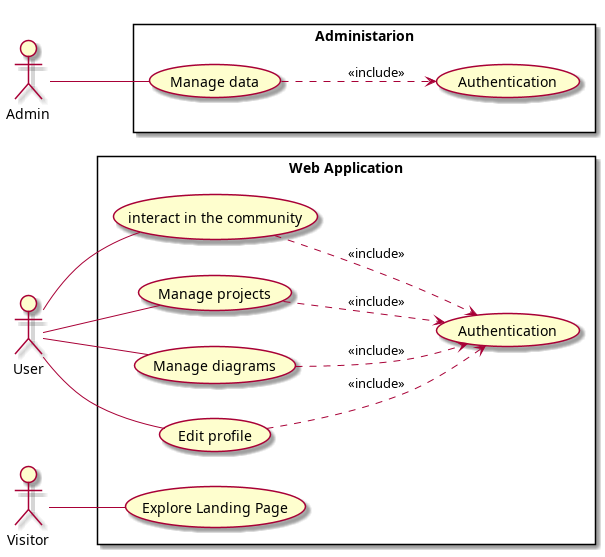
This is conception/global_use_case_diagram.png from souhaib-askri/report_pfe, a PlantUML export, as it was before one commit. Its source is kept beside it as conception/global_use_case_diagram.puml. The source it was exported from:
```plantuml
@startuml

left to right direction

actor "User" as User
actor "Admin" as Admin
actor "Visitor" as Visitor

rectangle "Web Application" {
    usecase "Explore Landing Page" as ExploreLandingPage
    usecase "Authentication" as user_auth

    usecase "interact in the community" as InteractWithCommunity
    usecase "Manage projects" as ManageProjects
    usecase "Manage diagrams" as ManageDiagrams
    usecase "Edit profile" as EditProfile



}

rectangle "Administarion" {
    usecase "Authentication" as admin_auth

    usecase "Manage data" as ManageData
}

Visitor -- ExploreLandingPage
User -- InteractWithCommunity
User -- ManageProjects
User -- ManageDiagrams
User -- EditProfile


Admin -- ManageData
InteractWithCommunity ..> user_auth : <<include>>
ManageProjects ..> user_auth : <<include>>
ManageDiagrams ..> user_auth : <<include>>
EditProfile ..> user_auth : <<include>>
ManageData ..> admin_auth : <<include>>






@enduml
```
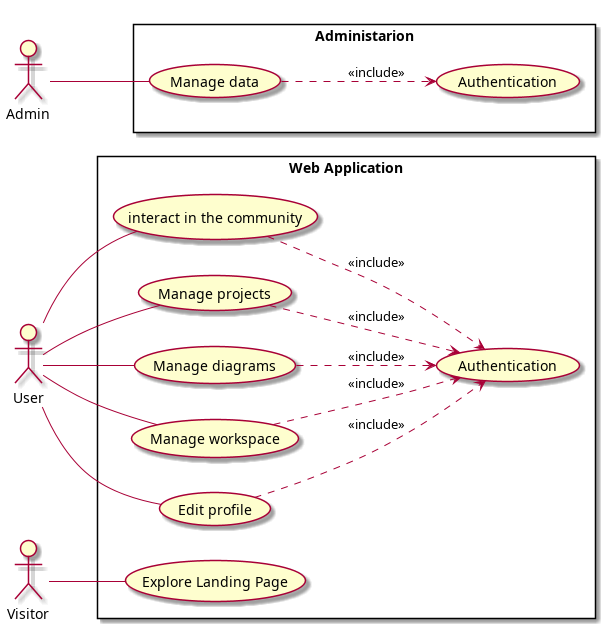
Later version of the same file.

What changed in the source:
```diff
@@ -13,6 +13,7 @@
     usecase "interact in the community" as InteractWithCommunity
     usecase "Manage projects" as ManageProjects
     usecase "Manage diagrams" as ManageDiagrams
+    usecase "Manage workspace" as ManageWorkspace
     usecase "Edit profile" as EditProfile
 
 
@@ -30,12 +31,16 @@
 User -- ManageProjects
 User -- ManageDiagrams
 User -- EditProfile
+User -- ManageWorkspace
 
 
 Admin -- ManageData
+
+
 InteractWithCommunity ..> user_auth : <<include>>
 ManageProjects ..> user_auth : <<include>>
 ManageDiagrams ..> user_auth : <<include>>
+ManageWorkspace ..> user_auth : <<include>>
 EditProfile ..> user_auth : <<include>>
 ManageData ..> admin_auth : <<include>>
 
```
